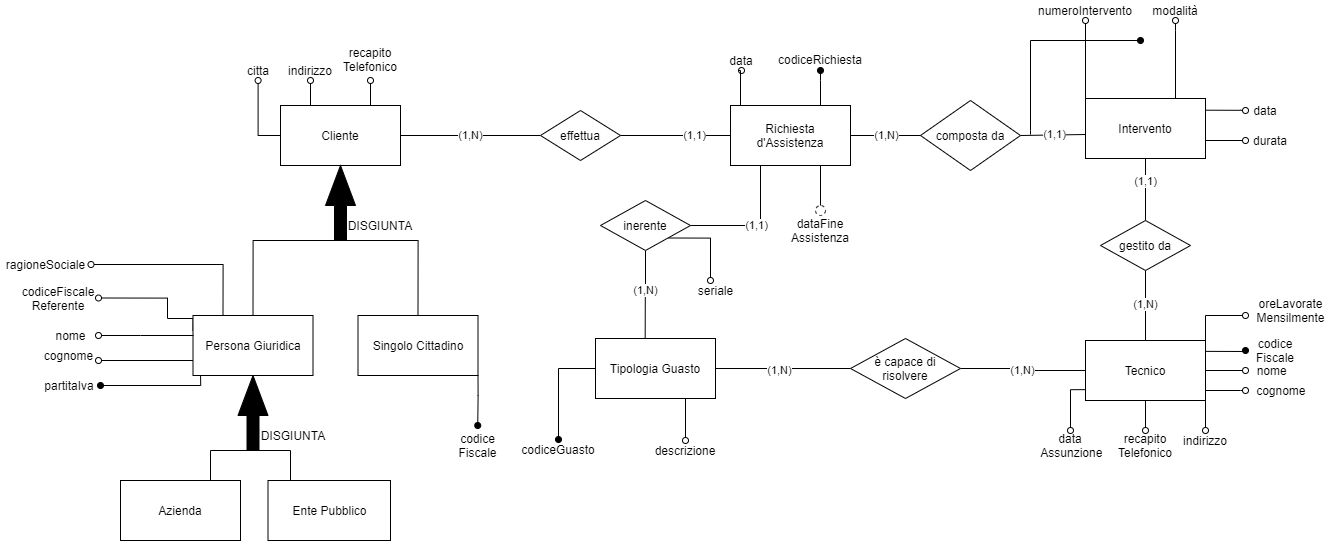
Above: Relazione/image/schema_er.png in GiovanniRaseraF/ProgettoBasiDiDatiLaboratorio (draw.io), before the change. Source tidied: cells renumbered, new cells last; positions are measured from the earlier drawing's top-left corner, leaving out a move shared by most shapes.
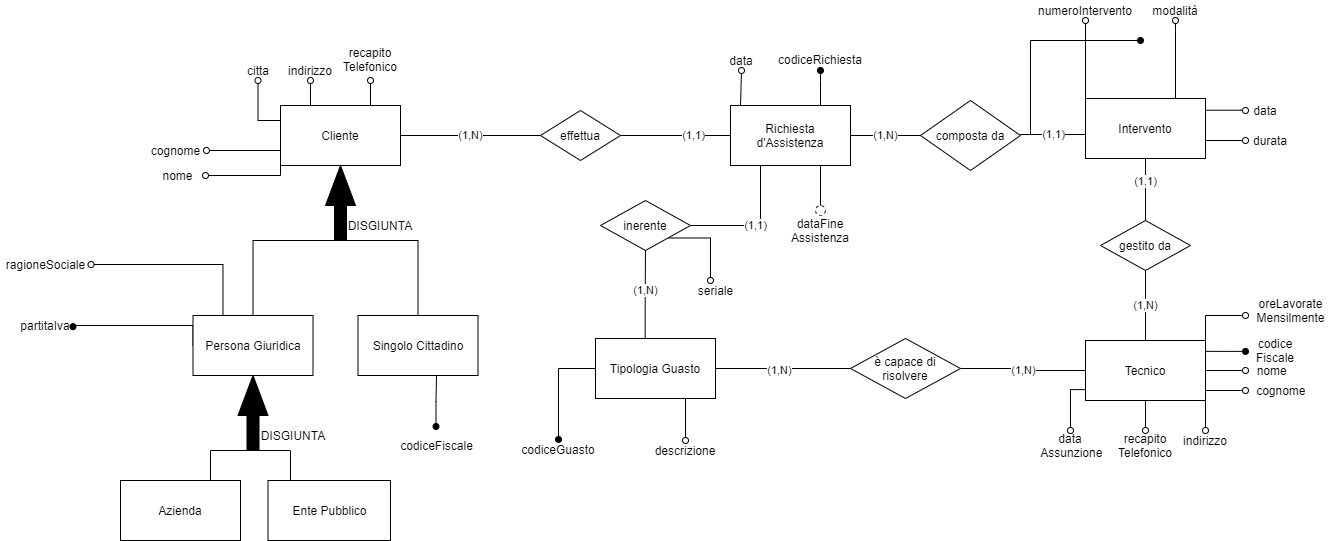
Above is the later version.

What changed in the source:
```diff
@@ -8,7 +8,7 @@
     <mxCell id="3" style="edgeStyle=orthogonalEdgeStyle;rounded=0;jettySize=auto;html=1;exitX=0.25;exitY=0;exitDx=0;exitDy=0;endArrow=oval;endFill=0;" parent="1" edge="1" source="5" target="76">
       <mxGeometry relative="1" as="geometry" />
     </mxCell>
-    <mxCell id="4" style="edgeStyle=orthogonalEdgeStyle;rounded=0;jettySize=auto;html=1;exitX=0;exitY=0.5;exitDx=0;exitDy=0;endArrow=oval;endFill=0;" parent="1" edge="1" source="5" target="92">
+    <mxCell id="4" style="edgeStyle=orthogonalEdgeStyle;rounded=0;jettySize=auto;html=1;exitX=0;exitY=0.25;exitDx=0;exitDy=0;endArrow=oval;endFill=0;" parent="1" edge="1" source="5" target="92">
       <mxGeometry relative="1" as="geometry" />
     </mxCell>
     <mxCell id="5" value="Cliente" style="rounded=0;whiteSpace=wrap;html=1;" parent="1" vertex="1">
@@ -231,14 +231,6 @@
     <mxCell id="58" value="inerente" style="rhombus;whiteSpace=wrap;html=1;" parent="1" vertex="1">
       <mxGeometry x="600" y="200" width="90" height="50" as="geometry" />
     </mxCell>
-    <mxCell id="59" style="edgeStyle=orthogonalEdgeStyle;rounded=0;jettySize=auto;html=1;exitX=1;exitY=1;exitDx=0;exitDy=0;endArrow=oval;endFill=1;entryX=0.5;entryY=0;entryDx=0;entryDy=0;" parent="1" edge="1" source="61" target="71">
-      <mxGeometry relative="1" as="geometry">
-        <Array as="points">
-          <mxPoint x="477" y="395" />
-          <mxPoint x="478" y="400" />
-        </Array>
-      </mxGeometry>
-    </mxCell>
     <mxCell id="60" style="edgeStyle=orthogonalEdgeStyle;rounded=0;jettySize=auto;html=1;exitX=0.5;exitY=0;exitDx=0;exitDy=0;endArrow=none;endFill=0;entryX=0;entryY=0.5;entryDx=0;entryDy=0;entryPerimeter=0;" parent="1" edge="1" source="61" target="77">
       <mxGeometry relative="1" as="geometry">
         <Array as="points">
@@ -251,24 +243,21 @@
     <mxCell id="61" value="Singolo Cittadino" style="rounded=0;whiteSpace=wrap;html=1;" parent="1" vertex="1">
       <mxGeometry x="357.5" y="315" width="120" height="60" as="geometry" />
     </mxCell>
-    <mxCell id="62" style="edgeStyle=orthogonalEdgeStyle;rounded=0;jettySize=auto;html=1;exitX=0.063;exitY=1.003;exitDx=0;exitDy=0;endArrow=oval;endFill=1;exitPerimeter=0;" parent="1" edge="1" source="66">
+    <mxCell id="62" style="edgeStyle=orthogonalEdgeStyle;rounded=0;jettySize=auto;html=1;exitX=0;exitY=0.5;exitDx=0;exitDy=0;endArrow=oval;endFill=1;entryX=1.181;entryY=0.558;entryDx=0;entryDy=0;entryPerimeter=0;" parent="1" edge="1" source="66" target="70">
       <mxGeometry relative="1" as="geometry">
-        <mxPoint x="100" y="385" as="targetPoint" />
         <Array as="points">
-          <mxPoint x="200" y="385" />
+          <mxPoint x="193" y="325" />
+          <mxPoint x="73" y="325" />
         </Array>
       </mxGeometry>
     </mxCell>
-    <mxCell id="63" style="edgeStyle=orthogonalEdgeStyle;rounded=0;jettySize=auto;html=1;exitX=0;exitY=0.25;exitDx=0;exitDy=0;endArrow=oval;endFill=0;entryX=1;entryY=0.5;entryDx=0;entryDy=0;" parent="1" edge="1" source="66" target="72">
-      <mxGeometry relative="1" as="geometry">
-        <Array as="points">
-          <mxPoint x="193" y="318" />
-          <mxPoint x="167" y="318" />
-        </Array>
-      </mxGeometry>
-    </mxCell>
-    <mxCell id="64" style="edgeStyle=orthogonalEdgeStyle;rounded=0;jettySize=auto;html=1;exitX=0;exitY=0.75;exitDx=0;exitDy=0;entryX=1;entryY=0.75;entryDx=0;entryDy=0;entryPerimeter=0;endArrow=oval;endFill=0;" parent="1" edge="1" source="66" target="75">
-      <mxGeometry relative="1" as="geometry" />
+    <mxCell id="64" style="edgeStyle=orthogonalEdgeStyle;rounded=0;jettySize=auto;html=1;entryX=1.016;entryY=0.5;entryDx=0;entryDy=0;entryPerimeter=0;endArrow=oval;endFill=0;" parent="1" edge="1" target="75">
+      <mxGeometry relative="1" as="geometry">
+        <mxPoint x="280" y="145" as="sourcePoint" />
+        <Array as="points">
+          <mxPoint x="280" y="150" />
+        </Array>
+      </mxGeometry>
     </mxCell>
     <mxCell id="65" style="edgeStyle=orthogonalEdgeStyle;rounded=0;jettySize=auto;html=1;exitX=0.25;exitY=0;exitDx=0;exitDy=0;entryX=1;entryY=0.5;entryDx=0;entryDy=0;endArrow=oval;endFill=0;" parent="1" edge="1" source="66" target="91">
       <mxGeometry relative="1" as="geometry" />
@@ -292,28 +281,16 @@
       <mxGeometry x="267.5" y="480" width="122.5" height="60" as="geometry" />
     </mxCell>
     <mxCell id="70" value="partitaIva" style="text;html=1;strokeColor=none;fillColor=none;align=center;verticalAlign=middle;whiteSpace=wrap;rounded=0;" parent="1" vertex="1">
-      <mxGeometry x="49" y="375" width="40" height="20" as="geometry" />
+      <mxGeometry x="25.2" y="315" width="40" height="20" as="geometry" />
     </mxCell>
-    <mxCell id="71" value="codice&lt;br&gt;Fiscale" style="text;html=1;strokeColor=none;fillColor=none;align=center;verticalAlign=middle;whiteSpace=wrap;rounded=0;" parent="1" vertex="1">
-      <mxGeometry x="451" y="425" width="52.5" height="40" as="geometry" />
+    <mxCell id="71" value="codiceFiscale" style="text;html=1;strokeColor=none;fillColor=none;align=center;verticalAlign=middle;whiteSpace=wrap;rounded=0;" parent="1" vertex="1">
+      <mxGeometry x="410" y="425" width="52.5" height="40" as="geometry" />
     </mxCell>
-    <mxCell id="72" value="codiceFiscale&lt;br&gt;Referente" style="text;html=1;strokeColor=none;fillColor=none;align=center;verticalAlign=middle;whiteSpace=wrap;rounded=0;" parent="1" vertex="1">
-      <mxGeometry x="18" y="280" width="80" height="35" as="geometry" />
-    </mxCell>
-    <mxCell id="73" style="edgeStyle=orthogonalEdgeStyle;rounded=0;jettySize=auto;html=1;exitX=1;exitY=0.5;exitDx=0;exitDy=0;endArrow=none;endFill=0;strokeColor=#000000;startArrow=oval;startFill=0;" parent="1" edge="1" source="74">
-      <mxGeometry relative="1" as="geometry">
-        <mxPoint x="193" y="335" as="targetPoint" />
-        <Array as="points">
-          <mxPoint x="140" y="335" />
-          <mxPoint x="140" y="335" />
-        </Array>
-      </mxGeometry>
-    </mxCell>
     <mxCell id="74" value="nome" style="text;html=1;strokeColor=none;fillColor=none;align=center;verticalAlign=middle;whiteSpace=wrap;rounded=0;" parent="1" vertex="1">
-      <mxGeometry x="43" y="325" width="55" height="20" as="geometry" />
+      <mxGeometry x="150" y="165" width="55" height="20" as="geometry" />
     </mxCell>
     <mxCell id="75" value="cognome" style="text;html=1;align=center;verticalAlign=middle;points=[];" parent="1" vertex="1">
-      <mxGeometry x="38" y="345" width="60" height="20" as="geometry" />
+      <mxGeometry x="145" y="140" width="60" height="20" as="geometry" />
     </mxCell>
     <mxCell id="76" value="indirizzo" style="text;html=1;strokeColor=none;fillColor=none;align=center;verticalAlign=middle;whiteSpace=wrap;rounded=0;" parent="1" vertex="1">
       <mxGeometry x="280" y="60" width="60" height="20" as="geometry" />
@@ -387,5 +364,21 @@
     <mxCell id="92" value="citta" style="text;html=1;strokeColor=none;fillColor=none;align=center;verticalAlign=middle;whiteSpace=wrap;rounded=0;" parent="1" vertex="1">
       <mxGeometry x="237.5" y="60" width="40" height="20" as="geometry" />
     </mxCell>
+    <mxCell id="93" style="edgeStyle=orthogonalEdgeStyle;rounded=0;jettySize=auto;html=1;exitX=0;exitY=1;exitDx=0;exitDy=0;entryX=1;entryY=0.5;entryDx=0;entryDy=0;endArrow=oval;endFill=0;" parent="1" edge="1" source="5" target="74">
+      <mxGeometry relative="1" as="geometry">
+        <Array as="points">
+          <mxPoint x="280" y="175" />
+        </Array>
+      </mxGeometry>
+    </mxCell>
+    <mxCell id="94" style="edgeStyle=orthogonalEdgeStyle;rounded=0;orthogonalLoop=1;jettySize=auto;html=1;exitX=0.5;exitY=0;exitDx=0;exitDy=0;startArrow=oval;startFill=1;endArrow=none;endFill=0;" parent="1" edge="1">
+      <mxGeometry relative="1" as="geometry">
+        <mxPoint x="435.5" y="426" as="sourcePoint" />
+        <mxPoint x="436" y="375" as="targetPoint" />
+        <Array as="points">
+          <mxPoint x="436" y="401" />
+        </Array>
+      </mxGeometry>
+    </mxCell>
   </root>
 </mxGraphModel>
```
